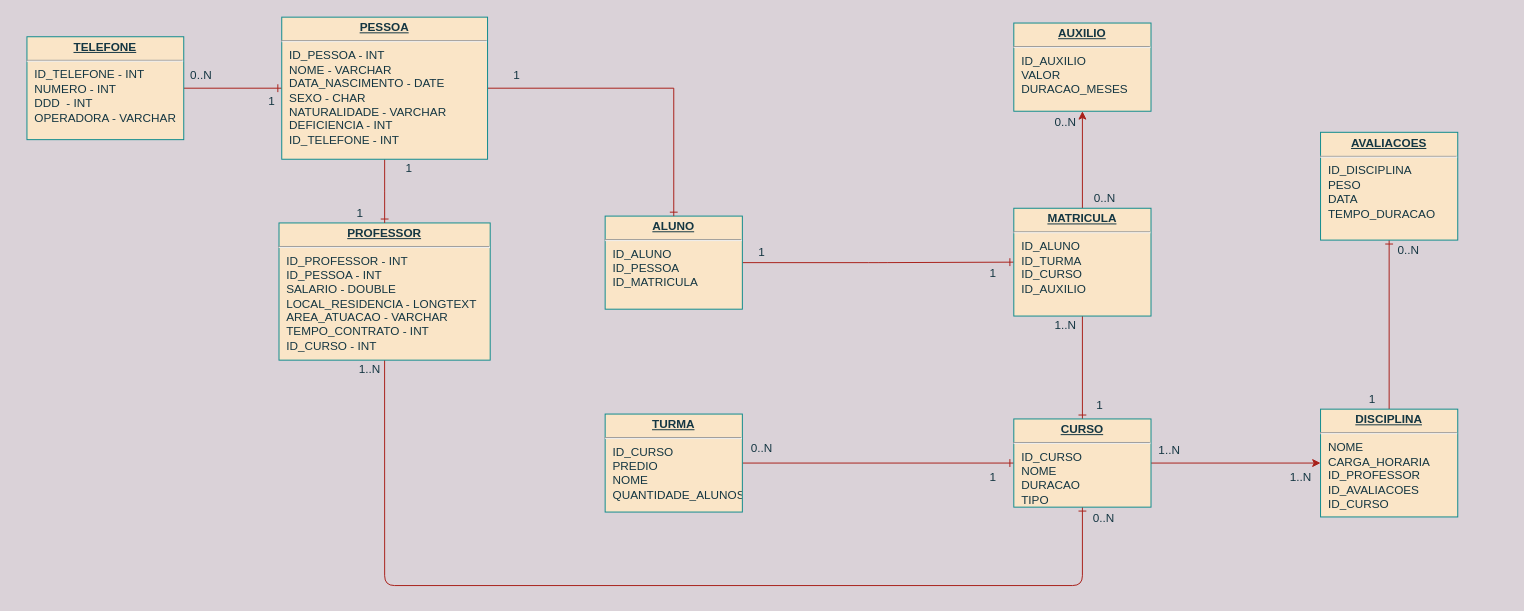
Earlier version of the draw.io diagram modelagemUniversidade.drawio (maxbarboz/modelagemUniversidade). Source tidied: cells renumbered, new cells numbered last; positions are measured from the earlier drawing's top-left corner, leaving out a move shared by most shapes. Both pictures are drawn from the tidied source at 98%, with x=0, y=0 at pixel (26, 17).
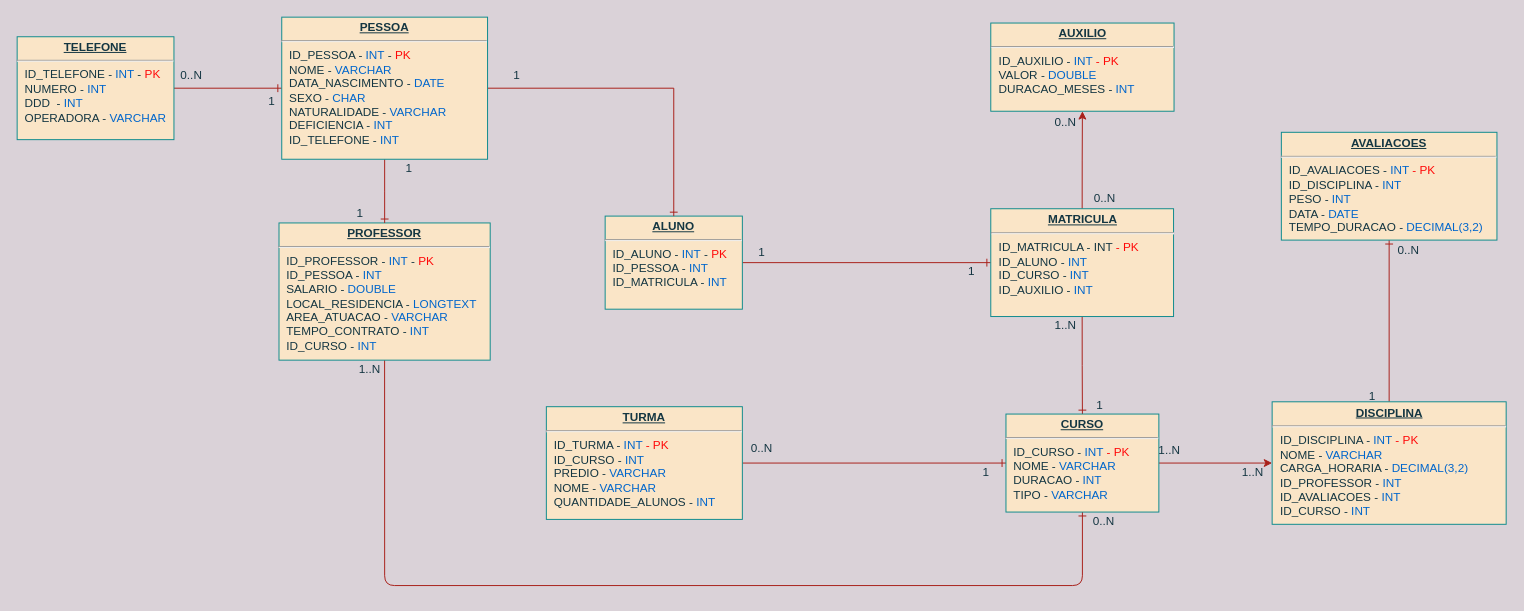
Above is the later version.

Change to the diagram source:
```diff
@@
-    <mxCell id="3" value="&lt;p style=&quot;margin: 0px ; margin-top: 4px ; text-align: center ; text-decoration: underline&quot;&gt;&lt;b&gt;DISCIPLINA&lt;/b&gt;&lt;/p&gt;&lt;hr&gt;&lt;p style=&quot;margin: 0px ; margin-left: 8px&quot;&gt;NOME&lt;/p&gt;&lt;p style=&quot;margin: 0px ; margin-left: 8px&quot;&gt;CARGA_HORARIA&lt;/p&gt;&lt;p style=&quot;margin: 0px ; margin-left: 8px&quot;&gt;ID_PROFESSOR&lt;/p&gt;&lt;p style=&quot;margin: 0px ; margin-left: 8px&quot;&gt;ID_AVALIACOES&lt;/p&gt;&lt;p style=&quot;margin: 0px ; margin-left: 8px&quot;&gt;ID_CURSO&lt;/p&gt;&lt;p style=&quot;margin: 0px ; margin-left: 8px&quot;&gt;&lt;br&gt;&lt;/p&gt;" style="verticalAlign=top;align=left;overflow=fill;fontSize=12;fontFamily=Helvetica;html=1;rounded=0;shadow=0;comic=0;labelBackgroundColor=none;strokeWidth=1;fillColor=#FAE5C7;strokeColor=#0F8B8D;fontColor=#143642;" parent="1" vertex="1">
-      <mxGeometry x="1320" y="400" width="140" height="110" as="geometry" />
+    <mxCell id="3" value="&lt;p style=&quot;margin: 0px ; margin-top: 4px ; text-align: center ; text-decoration: underline&quot;&gt;&lt;b&gt;DISCIPLINA&lt;/b&gt;&lt;/p&gt;&lt;hr&gt;&lt;p style=&quot;margin: 0px ; margin-left: 8px&quot;&gt;ID_DISCIPLINA -&amp;nbsp;&lt;font color=&quot;#0066cc&quot;&gt;INT&lt;/font&gt;&lt;font color=&quot;#ff0808&quot;&gt; - PK&lt;/font&gt;&lt;br&gt;&lt;/p&gt;&lt;p style=&quot;margin: 0px ; margin-left: 8px&quot;&gt;NOME - &lt;font color=&quot;#0066cc&quot;&gt;VARCHAR&lt;/font&gt;&lt;/p&gt;&lt;p style=&quot;margin: 0px ; margin-left: 8px&quot;&gt;CARGA_HORARIA - &lt;font color=&quot;#0066cc&quot;&gt;DECIMAL(3,2)&lt;/font&gt;&lt;/p&gt;&lt;p style=&quot;margin: 0px ; margin-left: 8px&quot;&gt;ID_PROFESSOR - &lt;font color=&quot;#0066cc&quot;&gt;INT&lt;/font&gt;&lt;/p&gt;&lt;p style=&quot;margin: 0px ; margin-left: 8px&quot;&gt;ID_AVALIACOES - &lt;font color=&quot;#0066cc&quot;&gt;INT&lt;/font&gt;&lt;/p&gt;&lt;p style=&quot;margin: 0px ; margin-left: 8px&quot;&gt;ID_CURSO - &lt;font color=&quot;#0066cc&quot;&gt;INT&lt;/font&gt;&lt;/p&gt;&lt;p style=&quot;margin: 0px ; margin-left: 8px&quot;&gt;&lt;br&gt;&lt;/p&gt;" style="verticalAlign=top;align=left;overflow=fill;fontSize=12;fontFamily=Helvetica;html=1;rounded=0;shadow=0;comic=0;labelBackgroundColor=none;strokeWidth=1;fillColor=#FAE5C7;strokeColor=#0F8B8D;fontColor=#143642;" parent="1" vertex="1">
+      <mxGeometry x="1270.6" y="392.5" width="238.8" height="125" as="geometry" />
     </mxCell>
-    <mxCell id="4" value="&lt;p style=&quot;margin: 0px ; margin-top: 4px ; text-align: center ; text-decoration: underline&quot;&gt;&lt;b&gt;AVALIACOES&lt;/b&gt;&lt;/p&gt;&lt;hr&gt;&lt;p style=&quot;margin: 0px ; margin-left: 8px&quot;&gt;ID_DISCIPLINA&lt;/p&gt;&lt;p style=&quot;margin: 0px ; margin-left: 8px&quot;&gt;PESO&lt;/p&gt;&lt;p style=&quot;margin: 0px ; margin-left: 8px&quot;&gt;DATA&lt;/p&gt;&lt;p style=&quot;margin: 0px ; margin-left: 8px&quot;&gt;TEMPO_DURACAO&lt;/p&gt;" style="verticalAlign=top;align=left;overflow=fill;fontSize=12;fontFamily=Helvetica;html=1;rounded=0;shadow=0;comic=0;labelBackgroundColor=none;strokeWidth=1;fillColor=#FAE5C7;strokeColor=#0F8B8D;fontColor=#143642;" parent="1" vertex="1">
-      <mxGeometry x="1320" y="117.5" width="140" height="110" as="geometry" />
+    <mxCell id="4" value="&lt;p style=&quot;margin: 0px ; margin-top: 4px ; text-align: center ; text-decoration: underline&quot;&gt;&lt;b&gt;AVALIACOES&lt;/b&gt;&lt;/p&gt;&lt;hr&gt;&lt;p style=&quot;margin: 0px ; margin-left: 8px&quot;&gt;ID_AVALIACOES - &lt;font color=&quot;#0066cc&quot;&gt;INT &lt;/font&gt;&lt;font color=&quot;#ff0808&quot;&gt;- PK&lt;/font&gt;&lt;/p&gt;&lt;p style=&quot;margin: 0px ; margin-left: 8px&quot;&gt;ID_DISCIPLINA -&amp;nbsp;&lt;font color=&quot;#0066cc&quot;&gt;INT&lt;/font&gt;&lt;br&gt;&lt;/p&gt;&lt;p style=&quot;margin: 0px ; margin-left: 8px&quot;&gt;PESO - &lt;font color=&quot;#0066cc&quot;&gt;INT&lt;/font&gt;&lt;/p&gt;&lt;p style=&quot;margin: 0px ; margin-left: 8px&quot;&gt;DATA - &lt;font color=&quot;#0066cc&quot;&gt;DATE&lt;/font&gt;&lt;/p&gt;&lt;p style=&quot;margin: 0px ; margin-left: 8px&quot;&gt;TEMPO_DURACAO - &lt;font color=&quot;#0066cc&quot;&gt;DECIMAL(3,2)&lt;/font&gt;&lt;/p&gt;" style="verticalAlign=top;align=left;overflow=fill;fontSize=12;fontFamily=Helvetica;html=1;rounded=0;shadow=0;comic=0;labelBackgroundColor=none;strokeWidth=1;fillColor=#FAE5C7;strokeColor=#0F8B8D;fontColor=#143642;" parent="1" vertex="1">
+      <mxGeometry x="1280" y="117.5" width="220" height="110" as="geometry" />
     </mxCell>
@@
-    <mxCell id="6" value="&lt;p style=&quot;margin: 0px ; margin-top: 4px ; text-align: center ; text-decoration: underline&quot;&gt;&lt;b&gt;PROFESSOR&lt;/b&gt;&lt;/p&gt;&lt;hr&gt;&lt;p style=&quot;margin: 0px ; margin-left: 8px&quot;&gt;ID_PROFESSOR - INT&lt;/p&gt;&lt;p style=&quot;margin: 0px ; margin-left: 8px&quot;&gt;ID_PESSOA - INT&lt;/p&gt;&lt;p style=&quot;margin: 0px 0px 0px 8px&quot;&gt;SALARIO - DOUBLE&lt;/p&gt;&lt;p style=&quot;margin: 0px 0px 0px 8px&quot;&gt;LOCAL_RESIDENCIA - LONGTEXT&lt;/p&gt;&lt;p style=&quot;margin: 0px 0px 0px 8px&quot;&gt;AREA_ATUACAO - VARCHAR&lt;/p&gt;&lt;p style=&quot;margin: 0px 0px 0px 8px&quot;&gt;TEMPO_CONTRATO - INT&lt;/p&gt;&lt;p style=&quot;margin: 0px 0px 0px 8px&quot;&gt;ID_CURSO - INT&lt;/p&gt;" style="verticalAlign=top;align=left;overflow=fill;fontSize=12;fontFamily=Helvetica;html=1;rounded=0;shadow=0;comic=0;labelBackgroundColor=none;strokeWidth=1;fillColor=#FAE5C7;strokeColor=#0F8B8D;fontColor=#143642;" parent="1" vertex="1">
+    <mxCell id="6" value="&lt;p style=&quot;margin: 0px ; margin-top: 4px ; text-align: center ; text-decoration: underline&quot;&gt;&lt;b&gt;PROFESSOR&lt;/b&gt;&lt;/p&gt;&lt;hr&gt;&lt;p style=&quot;margin: 0px ; margin-left: 8px&quot;&gt;ID_PROFESSOR - &lt;font color=&quot;#0066cc&quot;&gt;INT&lt;/font&gt;&lt;span&gt;&amp;nbsp;&lt;/span&gt;&lt;span&gt;-&lt;/span&gt;&lt;span&gt;&amp;nbsp;&lt;/span&gt;&lt;font color=&quot;#ff0808&quot;&gt;PK&lt;/font&gt;&lt;/p&gt;&lt;p style=&quot;margin: 0px ; margin-left: 8px&quot;&gt;ID_PESSOA - &lt;font color=&quot;#0066cc&quot;&gt;INT&lt;/font&gt;&lt;/p&gt;&lt;p style=&quot;margin: 0px 0px 0px 8px&quot;&gt;SALARIO - &lt;font color=&quot;#0066cc&quot;&gt;DOUBLE&lt;/font&gt;&lt;/p&gt;&lt;p style=&quot;margin: 0px 0px 0px 8px&quot;&gt;LOCAL_RESIDENCIA - &lt;font color=&quot;#0066cc&quot;&gt;LONGTEXT&lt;/font&gt;&lt;/p&gt;&lt;p style=&quot;margin: 0px 0px 0px 8px&quot;&gt;AREA_ATUACAO - &lt;font color=&quot;#0066cc&quot;&gt;VARCHAR&lt;/font&gt;&lt;/p&gt;&lt;p style=&quot;margin: 0px 0px 0px 8px&quot;&gt;TEMPO_CONTRATO - &lt;font color=&quot;#0066cc&quot;&gt;INT&lt;/font&gt;&lt;/p&gt;&lt;p style=&quot;margin: 0px 0px 0px 8px&quot;&gt;ID_CURSO - &lt;font color=&quot;#0066cc&quot;&gt;INT&lt;/font&gt;&lt;/p&gt;" style="verticalAlign=top;align=left;overflow=fill;fontSize=12;fontFamily=Helvetica;html=1;rounded=0;shadow=0;comic=0;labelBackgroundColor=none;strokeWidth=1;fillColor=#FAE5C7;strokeColor=#0F8B8D;fontColor=#143642;" parent="1" vertex="1">
       <mxGeometry x="257.2" y="210" width="215.5" height="140" as="geometry" />
     </mxCell>
@@
-    <mxCell id="8" value="&lt;p style=&quot;margin: 0px ; margin-top: 4px ; text-align: center ; text-decoration: underline&quot;&gt;&lt;b&gt;TELEFONE&lt;/b&gt;&lt;/p&gt;&lt;hr&gt;&lt;p style=&quot;margin: 0px ; margin-left: 8px&quot;&gt;ID_TELEFONE - INT&lt;/p&gt;&lt;p style=&quot;margin: 0px ; margin-left: 8px&quot;&gt;NUMERO - INT&lt;/p&gt;&lt;p style=&quot;margin: 0px ; margin-left: 8px&quot;&gt;DDD&amp;nbsp; - INT&lt;/p&gt;&lt;p style=&quot;margin: 0px ; margin-left: 8px&quot;&gt;OPERADORA - VARCHAR&lt;/p&gt;" style="verticalAlign=top;align=left;overflow=fill;fontSize=12;fontFamily=Helvetica;html=1;rounded=0;shadow=0;comic=0;labelBackgroundColor=none;strokeWidth=1;fillColor=#FAE5C7;strokeColor=#0F8B8D;fontColor=#143642;" parent="1" vertex="1">
-      <mxGeometry y="20" width="160" height="105" as="geometry" />
+    <mxCell id="8" value="&lt;p style=&quot;margin: 0px ; margin-top: 4px ; text-align: center ; text-decoration: underline&quot;&gt;&lt;b&gt;TELEFONE&lt;/b&gt;&lt;/p&gt;&lt;hr&gt;&lt;p style=&quot;margin: 0px ; margin-left: 8px&quot;&gt;ID_TELEFONE - &lt;font color=&quot;#0066cc&quot;&gt;INT&lt;/font&gt; - &lt;font color=&quot;#ff0808&quot;&gt;PK&lt;/font&gt;&lt;/p&gt;&lt;p style=&quot;margin: 0px ; margin-left: 8px&quot;&gt;NUMERO - &lt;font color=&quot;#0066cc&quot;&gt;INT&lt;/font&gt;&lt;/p&gt;&lt;p style=&quot;margin: 0px ; margin-left: 8px&quot;&gt;DDD&amp;nbsp; - &lt;font color=&quot;#0066cc&quot;&gt;INT&lt;/font&gt;&lt;/p&gt;&lt;p style=&quot;margin: 0px ; margin-left: 8px&quot;&gt;OPERADORA - &lt;font color=&quot;#0066cc&quot;&gt;VARCHAR&lt;/font&gt;&lt;/p&gt;" style="verticalAlign=top;align=left;overflow=fill;fontSize=12;fontFamily=Helvetica;html=1;rounded=0;shadow=0;comic=0;labelBackgroundColor=none;strokeWidth=1;fillColor=#FAE5C7;strokeColor=#0F8B8D;fontColor=#143642;" parent="1" vertex="1">
+      <mxGeometry x="-10" y="20" width="160" height="105" as="geometry" />
     </mxCell>
@@
-    <mxCell id="10" value="&lt;p style=&quot;margin: 0px ; margin-top: 4px ; text-align: center ; text-decoration: underline&quot;&gt;&lt;b&gt;ALUNO&lt;/b&gt;&lt;/p&gt;&lt;hr&gt;&lt;p style=&quot;margin: 0px ; margin-left: 8px&quot;&gt;ID_ALUNO&lt;/p&gt;&lt;p style=&quot;margin: 0px ; margin-left: 8px&quot;&gt;ID_PESSOA&lt;/p&gt;&lt;p style=&quot;margin: 0px ; margin-left: 8px&quot;&gt;ID_MATRICULA&lt;/p&gt;&lt;p style=&quot;margin: 0px ; margin-left: 8px&quot;&gt;&lt;br&gt;&lt;/p&gt;" style="verticalAlign=top;align=left;overflow=fill;fontSize=12;fontFamily=Helvetica;html=1;rounded=0;shadow=0;comic=0;labelBackgroundColor=none;strokeWidth=1;fillColor=#FAE5C7;strokeColor=#0F8B8D;fontColor=#143642;" parent="1" vertex="1">
+    <mxCell id="10" value="&lt;p style=&quot;margin: 0px ; margin-top: 4px ; text-align: center ; text-decoration: underline&quot;&gt;&lt;b&gt;ALUNO&lt;/b&gt;&lt;/p&gt;&lt;hr&gt;&lt;p style=&quot;margin: 0px ; margin-left: 8px&quot;&gt;ID_ALUNO - &lt;font color=&quot;#0066cc&quot;&gt;INT&lt;/font&gt;&lt;span&gt;&amp;nbsp;&lt;/span&gt;&lt;span&gt;-&lt;/span&gt;&lt;span&gt;&amp;nbsp;&lt;/span&gt;&lt;font color=&quot;#ff0808&quot;&gt;PK&lt;/font&gt;&lt;/p&gt;&lt;p style=&quot;margin: 0px ; margin-left: 8px&quot;&gt;ID_PESSOA - &lt;font color=&quot;#0066cc&quot;&gt;INT&lt;/font&gt;&lt;/p&gt;&lt;p style=&quot;margin: 0px ; margin-left: 8px&quot;&gt;ID_MATRICULA -&amp;nbsp;&lt;font color=&quot;#0066cc&quot;&gt;INT&lt;/font&gt;&lt;/p&gt;&lt;p style=&quot;margin: 0px ; margin-left: 8px&quot;&gt;&lt;br&gt;&lt;/p&gt;" style="verticalAlign=top;align=left;overflow=fill;fontSize=12;fontFamily=Helvetica;html=1;rounded=0;shadow=0;comic=0;labelBackgroundColor=none;strokeWidth=1;fillColor=#FAE5C7;strokeColor=#0F8B8D;fontColor=#143642;" parent="1" vertex="1">
       <mxGeometry x="590" y="203" width="140" height="95" as="geometry" />
     </mxCell>
@@
-    <mxCell id="13" value="&lt;p style=&quot;margin: 0px ; margin-top: 4px ; text-align: center ; text-decoration: underline&quot;&gt;&lt;b&gt;PESSOA&lt;/b&gt;&lt;/p&gt;&lt;hr&gt;&lt;p style=&quot;margin: 0px ; margin-left: 8px&quot;&gt;ID_PESSOA - INT&lt;/p&gt;&lt;p style=&quot;margin: 0px ; margin-left: 8px&quot;&gt;NOME - VARCHAR&lt;/p&gt;&lt;p style=&quot;margin: 0px ; margin-left: 8px&quot;&gt;DATA_NASCIMENTO - DATE&lt;/p&gt;&lt;p style=&quot;margin: 0px ; margin-left: 8px&quot;&gt;SEXO - CHAR&lt;/p&gt;&lt;p style=&quot;margin: 0px ; margin-left: 8px&quot;&gt;NATURALIDADE - VARCHAR&lt;/p&gt;&lt;p style=&quot;margin: 0px ; margin-left: 8px&quot;&gt;DEFICIENCIA - INT&lt;/p&gt;&lt;p style=&quot;margin: 0px ; margin-left: 8px&quot;&gt;ID_TELEFONE - INT&lt;/p&gt;" style="verticalAlign=top;align=left;overflow=fill;fontSize=12;fontFamily=Helvetica;html=1;rounded=0;shadow=0;comic=0;labelBackgroundColor=none;strokeWidth=1;fillColor=#FAE5C7;strokeColor=#0F8B8D;fontColor=#143642;" parent="1" vertex="1">
+    <mxCell id="13" value="&lt;p style=&quot;margin: 0px ; margin-top: 4px ; text-align: center ; text-decoration: underline&quot;&gt;&lt;b&gt;PESSOA&lt;/b&gt;&lt;/p&gt;&lt;hr&gt;&lt;p style=&quot;margin: 0px ; margin-left: 8px&quot;&gt;ID_PESSOA - &lt;font color=&quot;#0066cc&quot;&gt;INT&lt;/font&gt;&lt;span&gt;&amp;nbsp;&lt;/span&gt;&lt;span&gt;-&lt;/span&gt;&lt;span&gt;&amp;nbsp;&lt;/span&gt;&lt;font color=&quot;#ff0808&quot;&gt;PK&lt;/font&gt;&lt;/p&gt;&lt;p style=&quot;margin: 0px ; margin-left: 8px&quot;&gt;NOME - &lt;font color=&quot;#0066cc&quot;&gt;VARCHAR&lt;/font&gt;&lt;/p&gt;&lt;p style=&quot;margin: 0px ; margin-left: 8px&quot;&gt;DATA_NASCIMENTO - &lt;font color=&quot;#0066cc&quot;&gt;DATE&lt;/font&gt;&lt;/p&gt;&lt;p style=&quot;margin: 0px ; margin-left: 8px&quot;&gt;SEXO - &lt;font color=&quot;#0066cc&quot;&gt;CHAR&lt;/font&gt;&lt;/p&gt;&lt;p style=&quot;margin: 0px ; margin-left: 8px&quot;&gt;NATURALIDADE - &lt;font color=&quot;#0066cc&quot;&gt;VARCHAR&lt;/font&gt;&lt;/p&gt;&lt;p style=&quot;margin: 0px ; margin-left: 8px&quot;&gt;DEFICIENCIA - &lt;font color=&quot;#0066cc&quot;&gt;INT&lt;/font&gt;&lt;/p&gt;&lt;p style=&quot;margin: 0px ; margin-left: 8px&quot;&gt;ID_TELEFONE - &lt;font color=&quot;#0066cc&quot;&gt;INT&lt;/font&gt;&lt;/p&gt;" style="verticalAlign=top;align=left;overflow=fill;fontSize=12;fontFamily=Helvetica;html=1;rounded=0;shadow=0;comic=0;labelBackgroundColor=none;strokeWidth=1;fillColor=#FAE5C7;strokeColor=#0F8B8D;fontColor=#143642;" parent="1" vertex="1">
       <mxGeometry x="260" width="210" height="145" as="geometry" />
     </mxCell>
@@
-    <mxCell id="16" value="&lt;p style=&quot;margin: 0px ; margin-top: 4px ; text-align: center ; text-decoration: underline&quot;&gt;&lt;b&gt;MATRICULA&lt;/b&gt;&lt;/p&gt;&lt;hr&gt;&lt;p style=&quot;margin: 0px ; margin-left: 8px&quot;&gt;ID_ALUNO&lt;br&gt;ID_TURMA&lt;br&gt;ID_CURSO&lt;/p&gt;&lt;p style=&quot;margin: 0px ; margin-left: 8px&quot;&gt;ID_AUXILIO&lt;/p&gt;" style="verticalAlign=top;align=left;overflow=fill;fontSize=12;fontFamily=Helvetica;html=1;rounded=0;shadow=0;comic=0;labelBackgroundColor=none;strokeWidth=1;fillColor=#FAE5C7;strokeColor=#0F8B8D;fontColor=#143642;" parent="1" vertex="1">
-      <mxGeometry x="1007" y="195" width="140" height="110" as="geometry" />
+    <mxCell id="16" value="&lt;p style=&quot;margin: 0px ; margin-top: 4px ; text-align: center ; text-decoration: underline&quot;&gt;&lt;b&gt;MATRICULA&lt;/b&gt;&lt;/p&gt;&lt;hr&gt;&lt;p style=&quot;margin: 0px ; margin-left: 8px&quot;&gt;ID_MATRICULA - INT&lt;font color=&quot;#ff0808&quot;&gt; - PK&lt;/font&gt;&lt;/p&gt;&lt;p style=&quot;margin: 0px ; margin-left: 8px&quot;&gt;&lt;span&gt;ID_ALUNO - &lt;/span&gt;&lt;font color=&quot;#0066cc&quot;&gt;INT&lt;/font&gt;&lt;/p&gt;&lt;p style=&quot;margin: 0px ; margin-left: 8px&quot;&gt;ID_CURSO - &lt;font color=&quot;#0066cc&quot;&gt;INT&lt;/font&gt;&lt;/p&gt;&lt;p style=&quot;margin: 0px ; margin-left: 8px&quot;&gt;ID_AUXILIO - &lt;font color=&quot;#0066cc&quot;&gt;INT&lt;/font&gt;&lt;/p&gt;" style="verticalAlign=top;align=left;overflow=fill;fontSize=12;fontFamily=Helvetica;html=1;rounded=0;shadow=0;comic=0;labelBackgroundColor=none;strokeWidth=1;fillColor=#FAE5C7;strokeColor=#0F8B8D;fontColor=#143642;" parent="1" vertex="1">
+      <mxGeometry x="983.5" y="195.5" width="186.5" height="110" as="geometry" />
     </mxCell>
@@
-    <mxCell id="18" value="&lt;p style=&quot;margin: 0px ; margin-top: 4px ; text-align: center ; text-decoration: underline&quot;&gt;&lt;b&gt;TURMA&lt;/b&gt;&lt;/p&gt;&lt;hr&gt;&lt;p style=&quot;margin: 0px ; margin-left: 8px&quot;&gt;ID_CURSO&lt;/p&gt;&lt;p style=&quot;margin: 0px ; margin-left: 8px&quot;&gt;PREDIO&lt;/p&gt;&lt;p style=&quot;margin: 0px ; margin-left: 8px&quot;&gt;NOME&lt;/p&gt;&lt;p style=&quot;margin: 0px ; margin-left: 8px&quot;&gt;QUANTIDADE_ALUNOS&lt;/p&gt;&lt;p style=&quot;margin: 0px ; margin-left: 8px&quot;&gt;&lt;br&gt;&lt;/p&gt;" style="verticalAlign=top;align=left;overflow=fill;fontSize=12;fontFamily=Helvetica;html=1;rounded=0;shadow=0;comic=0;labelBackgroundColor=none;strokeWidth=1;fillColor=#FAE5C7;strokeColor=#0F8B8D;fontColor=#143642;" parent="1" vertex="1">
-      <mxGeometry x="590" y="405" width="140" height="100" as="geometry" />
+    <mxCell id="18" value="&lt;p style=&quot;margin: 0px ; margin-top: 4px ; text-align: center ; text-decoration: underline&quot;&gt;&lt;b&gt;TURMA&lt;/b&gt;&lt;/p&gt;&lt;hr&gt;&lt;p style=&quot;margin: 0px ; margin-left: 8px&quot;&gt;ID_TURMA -&amp;nbsp;&lt;font color=&quot;#0066cc&quot;&gt;INT&lt;/font&gt;&lt;font color=&quot;#ff0808&quot;&gt; - PK&lt;/font&gt;&lt;br&gt;&lt;/p&gt;&lt;p style=&quot;margin: 0px ; margin-left: 8px&quot;&gt;ID_CURSO - &lt;font color=&quot;#0066cc&quot;&gt;INT&lt;/font&gt;&lt;/p&gt;&lt;p style=&quot;margin: 0px ; margin-left: 8px&quot;&gt;PREDIO - &lt;font color=&quot;#0066cc&quot;&gt;VARCHAR&lt;/font&gt;&lt;/p&gt;&lt;p style=&quot;margin: 0px ; margin-left: 8px&quot;&gt;NOME - &lt;font color=&quot;#0066cc&quot;&gt;VARCHAR&lt;/font&gt;&lt;/p&gt;&lt;p style=&quot;margin: 0px ; margin-left: 8px&quot;&gt;QUANTIDADE_ALUNOS - &lt;font color=&quot;#0066cc&quot;&gt;INT&lt;/font&gt;&lt;/p&gt;&lt;p style=&quot;margin: 0px ; margin-left: 8px&quot;&gt;&lt;br&gt;&lt;/p&gt;" style="verticalAlign=top;align=left;overflow=fill;fontSize=12;fontFamily=Helvetica;html=1;rounded=0;shadow=0;comic=0;labelBackgroundColor=none;strokeWidth=1;fillColor=#FAE5C7;strokeColor=#0F8B8D;fontColor=#143642;" parent="1" vertex="1">
+      <mxGeometry x="530" y="397.5" width="200" height="115" as="geometry" />
     </mxCell>
@@
-    <mxCell id="20" value="&lt;p style=&quot;margin: 0px ; margin-top: 4px ; text-align: center ; text-decoration: underline&quot;&gt;&lt;b&gt;CURSO&lt;/b&gt;&lt;/p&gt;&lt;hr&gt;&lt;p style=&quot;margin: 0px ; margin-left: 8px&quot;&gt;ID_CURSO&lt;/p&gt;&lt;p style=&quot;margin: 0px ; margin-left: 8px&quot;&gt;NOME&lt;/p&gt;&lt;p style=&quot;margin: 0px ; margin-left: 8px&quot;&gt;DURACAO&lt;/p&gt;&lt;p style=&quot;margin: 0px ; margin-left: 8px&quot;&gt;TIPO&lt;/p&gt;" style="verticalAlign=top;align=left;overflow=fill;fontSize=12;fontFamily=Helvetica;html=1;rounded=0;shadow=0;comic=0;labelBackgroundColor=none;strokeWidth=1;fillColor=#FAE5C7;strokeColor=#0F8B8D;fontColor=#143642;" parent="1" vertex="1">
-      <mxGeometry x="1007" y="410" width="140" height="90" as="geometry" />
+    <mxCell id="20" value="&lt;p style=&quot;margin: 0px ; margin-top: 4px ; text-align: center ; text-decoration: underline&quot;&gt;&lt;b&gt;CURSO&lt;/b&gt;&lt;/p&gt;&lt;hr&gt;&lt;p style=&quot;margin: 0px ; margin-left: 8px&quot;&gt;ID_CURSO - &lt;font color=&quot;#0066cc&quot;&gt;INT&lt;/font&gt;&lt;font color=&quot;#ff0808&quot;&gt; - PK&lt;/font&gt;&lt;/p&gt;&lt;p style=&quot;margin: 0px ; margin-left: 8px&quot;&gt;NOME - &lt;font color=&quot;#0066cc&quot;&gt;VARCHAR&lt;/font&gt;&lt;/p&gt;&lt;p style=&quot;margin: 0px ; margin-left: 8px&quot;&gt;DURACAO - &lt;font color=&quot;#0066cc&quot;&gt;INT&lt;/font&gt;&lt;/p&gt;&lt;p style=&quot;margin: 0px ; margin-left: 8px&quot;&gt;TIPO - &lt;font color=&quot;#0066cc&quot;&gt;VARCHAR&lt;/font&gt;&lt;/p&gt;" style="verticalAlign=top;align=left;overflow=fill;fontSize=12;fontFamily=Helvetica;html=1;rounded=0;shadow=0;comic=0;labelBackgroundColor=none;strokeWidth=1;fillColor=#FAE5C7;strokeColor=#0F8B8D;fontColor=#143642;" parent="1" vertex="1">
+      <mxGeometry x="999" y="405" width="156" height="100" as="geometry" />
     </mxCell>
-    <mxCell id="21" value="&lt;p style=&quot;margin: 0px ; margin-top: 4px ; text-align: center ; text-decoration: underline&quot;&gt;&lt;b&gt;AUXILIO&lt;/b&gt;&lt;/p&gt;&lt;hr&gt;&lt;p style=&quot;margin: 0px ; margin-left: 8px&quot;&gt;ID_AUXILIO&lt;br&gt;VALOR&lt;/p&gt;&lt;p style=&quot;margin: 0px ; margin-left: 8px&quot;&gt;DURACAO_MESES&lt;/p&gt;&lt;p style=&quot;margin: 0px ; margin-left: 8px&quot;&gt;&lt;br&gt;&lt;/p&gt;&lt;p style=&quot;margin: 0px ; margin-left: 8px&quot;&gt;&lt;br&gt;&lt;/p&gt;" style="verticalAlign=top;align=left;overflow=fill;fontSize=12;fontFamily=Helvetica;html=1;rounded=0;shadow=0;comic=0;labelBackgroundColor=none;strokeWidth=1;fillColor=#FAE5C7;strokeColor=#0F8B8D;fontColor=#143642;" parent="1" vertex="1">
-      <mxGeometry x="1007" y="6" width="140" height="90" as="geometry" />
+    <mxCell id="21" value="&lt;p style=&quot;margin: 0px ; margin-top: 4px ; text-align: center ; text-decoration: underline&quot;&gt;&lt;b&gt;AUXILIO&lt;/b&gt;&lt;/p&gt;&lt;hr&gt;&lt;p style=&quot;margin: 0px ; margin-left: 8px&quot;&gt;ID_AUXILIO - &lt;font color=&quot;#0066cc&quot;&gt;INT&lt;/font&gt;&lt;font color=&quot;#ff0808&quot;&gt; - PK&lt;/font&gt;&lt;br&gt;VALOR - &lt;font color=&quot;#0066cc&quot;&gt;DOUBLE&lt;/font&gt;&lt;/p&gt;&lt;p style=&quot;margin: 0px ; margin-left: 8px&quot;&gt;DURACAO_MESES - &lt;font color=&quot;#0066cc&quot;&gt;INT&lt;/font&gt;&lt;/p&gt;&lt;p style=&quot;margin: 0px ; margin-left: 8px&quot;&gt;&lt;br&gt;&lt;/p&gt;&lt;p style=&quot;margin: 0px ; margin-left: 8px&quot;&gt;&lt;br&gt;&lt;/p&gt;" style="verticalAlign=top;align=left;overflow=fill;fontSize=12;fontFamily=Helvetica;html=1;rounded=0;shadow=0;comic=0;labelBackgroundColor=none;strokeWidth=1;fillColor=#FAE5C7;strokeColor=#0F8B8D;fontColor=#143642;" parent="1" vertex="1">
+      <mxGeometry x="983.5" y="6" width="187" height="90" as="geometry" />
     </mxCell>
-    <mxCell id="22" style="edgeStyle=orthogonalEdgeStyle;rounded=0;orthogonalLoop=1;jettySize=auto;html=1;exitX=0.5;exitY=1;exitDx=0;exitDy=0;strokeColor=#A8201A;fontColor=#143642;labelBackgroundColor=#DAD2D8;" parent="1" edge="1" source="3" target="3">
-      <mxGeometry relative="1" as="geometry" />
-    </mxCell>
     <mxCell id="23" value="0..N" style="text;html=1;strokeColor=none;fillColor=none;align=center;verticalAlign=middle;whiteSpace=wrap;rounded=0;fontColor=#143642;" parent="1" vertex="1">
-      <mxGeometry x="158" y="50" width="40" height="20" as="geometry" />
+      <mxGeometry x="148" y="50" width="40" height="20" as="geometry" />
     </mxCell>
@@
     <mxCell id="28" value="1" style="text;html=1;strokeColor=none;fillColor=none;align=center;verticalAlign=middle;whiteSpace=wrap;rounded=0;fontColor=#143642;" parent="1" vertex="1">
-      <mxGeometry x="966" y="252" width="40" height="20" as="geometry" />
+      <mxGeometry x="943.5" y="250" width="40" height="20" as="geometry" />
     </mxCell>
@@
     <mxCell id="31" value="1" style="text;html=1;strokeColor=none;fillColor=none;align=center;verticalAlign=middle;whiteSpace=wrap;rounded=0;fontColor=#143642;" parent="1" vertex="1">
-      <mxGeometry x="966" y="460" width="40" height="20" as="geometry" />
+      <mxGeometry x="959" y="455" width="40" height="20" as="geometry" />
     </mxCell>
     <mxCell id="32" value="1..N" style="text;html=1;strokeColor=none;fillColor=none;align=center;verticalAlign=middle;whiteSpace=wrap;rounded=0;fontColor=#143642;" parent="1" vertex="1">
-      <mxGeometry x="1280" y="460" width="40" height="20" as="geometry" />
+      <mxGeometry x="1230.6" y="455" width="40" height="20" as="geometry" />
     </mxCell>
@@
     <mxCell id="35" value="1" style="text;html=1;strokeColor=none;fillColor=none;align=center;verticalAlign=middle;whiteSpace=wrap;rounded=0;fontColor=#143642;" parent="1" vertex="1">
-      <mxGeometry x="1353" y="380" width="40" height="20" as="geometry" />
+      <mxGeometry x="1353" y="377" width="40" height="20" as="geometry" />
     </mxCell>
@@
     <mxCell id="38" value="0..N" style="text;html=1;strokeColor=none;fillColor=none;align=center;verticalAlign=middle;whiteSpace=wrap;rounded=0;fontColor=#143642;" parent="1" vertex="1">
-      <mxGeometry x="1079" y="502" width="40" height="20" as="geometry" />
+      <mxGeometry x="1079" y="505" width="40" height="20" as="geometry" />
     </mxCell>
```
